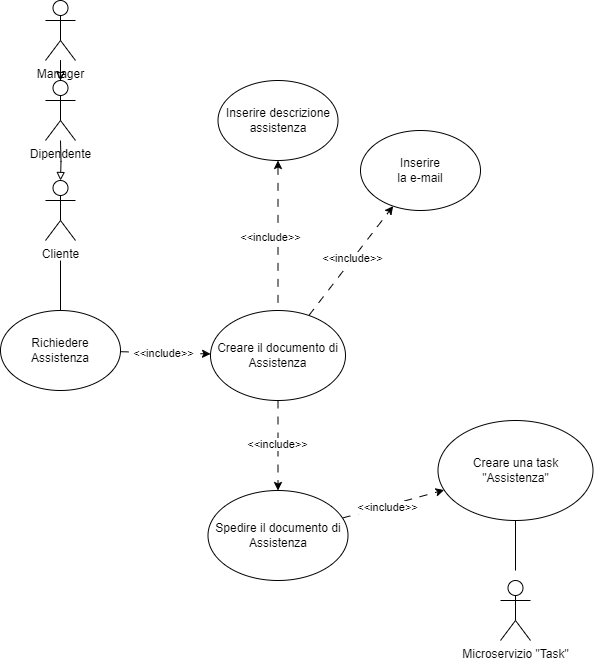
This is second-deliverable/images/UCD/RF7_assistenza_UCD.png from IS-FixMi/Documentation-Source, a draw.io export, as it was before one commit. Source tidied: cells renumbered, new cells last; positions are measured from the earlier drawing's top-left corner, leaving out a move shared by most shapes.
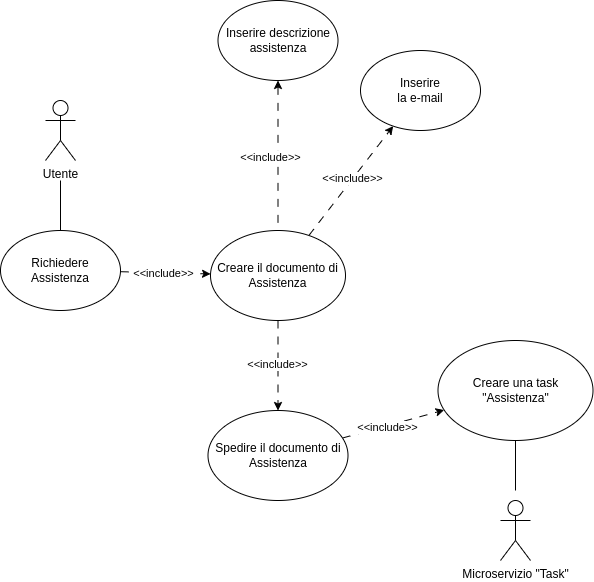
The same diagram one commit later.

What changed in the source:
```diff
@@ -2,7 +2,7 @@
   <root>
     <mxCell id="0" />
     <mxCell id="1" parent="0" />
-    <mxCell id="2" value="Cliente" style="shape=umlActor;verticalLabelPosition=bottom;verticalAlign=top;html=1;outlineConnect=0;" parent="1" vertex="1">
+    <mxCell id="2" value="Utente" style="shape=umlActor;verticalLabelPosition=bottom;verticalAlign=top;html=1;outlineConnect=0;" parent="1" vertex="1">
       <mxGeometry x="45" y="180" width="30" height="60" as="geometry" />
     </mxCell>
     <mxCell id="3" style="rounded=0;jettySize=auto;html=1;dashed=1;dashPattern=8 8;strokeColor=default;" parent="1" edge="1" source="6" target="12">
@@ -52,15 +52,6 @@
     <mxCell id="15" value="Microservizio &quot;Task&quot;" style="shape=umlActor;verticalLabelPosition=bottom;verticalAlign=top;html=1;" parent="1" vertex="1">
       <mxGeometry x="500" y="580" width="30" height="60" as="geometry" />
     </mxCell>
-    <mxCell id="16" value="Dipendente" style="shape=umlActor;verticalLabelPosition=bottom;verticalAlign=top;html=1;outlineConnect=0;" parent="1" vertex="1">
-      <mxGeometry x="45" y="80" width="30" height="60" as="geometry" />
-    </mxCell>
-    <mxCell id="17" style="edgeStyle=orthogonalEdgeStyle;rounded=0;jettySize=auto;html=1;endArrow=block;endFill=0;" parent="1" edge="1" source="18" target="16">
-      <mxGeometry relative="1" as="geometry" />
-    </mxCell>
-    <mxCell id="18" value="Manager" style="shape=umlActor;verticalLabelPosition=bottom;verticalAlign=top;html=1;outlineConnect=0;" parent="1" vertex="1">
-      <mxGeometry x="45" width="30" height="60" as="geometry" />
-    </mxCell>
     <mxCell id="19" style="rounded=0;jettySize=auto;html=1;dashed=1;dashPattern=8 8;startArrow=classic;startFill=1;endArrow=none;endFill=0;" parent="1" edge="1" source="21" target="12">
       <mxGeometry relative="1" as="geometry" />
     </mxCell>
@@ -81,10 +72,5 @@
     <mxCell id="24" value="Spedire il documento di Assistenza" style="ellipse;whiteSpace=wrap;html=1;" parent="1" vertex="1">
       <mxGeometry x="207.5" y="490" width="140" height="90" as="geometry" />
     </mxCell>
-    <mxCell id="25" style="edgeStyle=orthogonalEdgeStyle;rounded=0;jettySize=auto;html=1;endArrow=block;endFill=0;entryX=0.5;entryY=0;entryDx=0;entryDy=0;entryPerimeter=0;" parent="1" edge="1" target="2">
-      <mxGeometry relative="1" as="geometry">
-        <mxPoint x="60" y="140" as="sourcePoint" />
-      </mxGeometry>
-    </mxCell>
   </root>
 </mxGraphModel>
```
